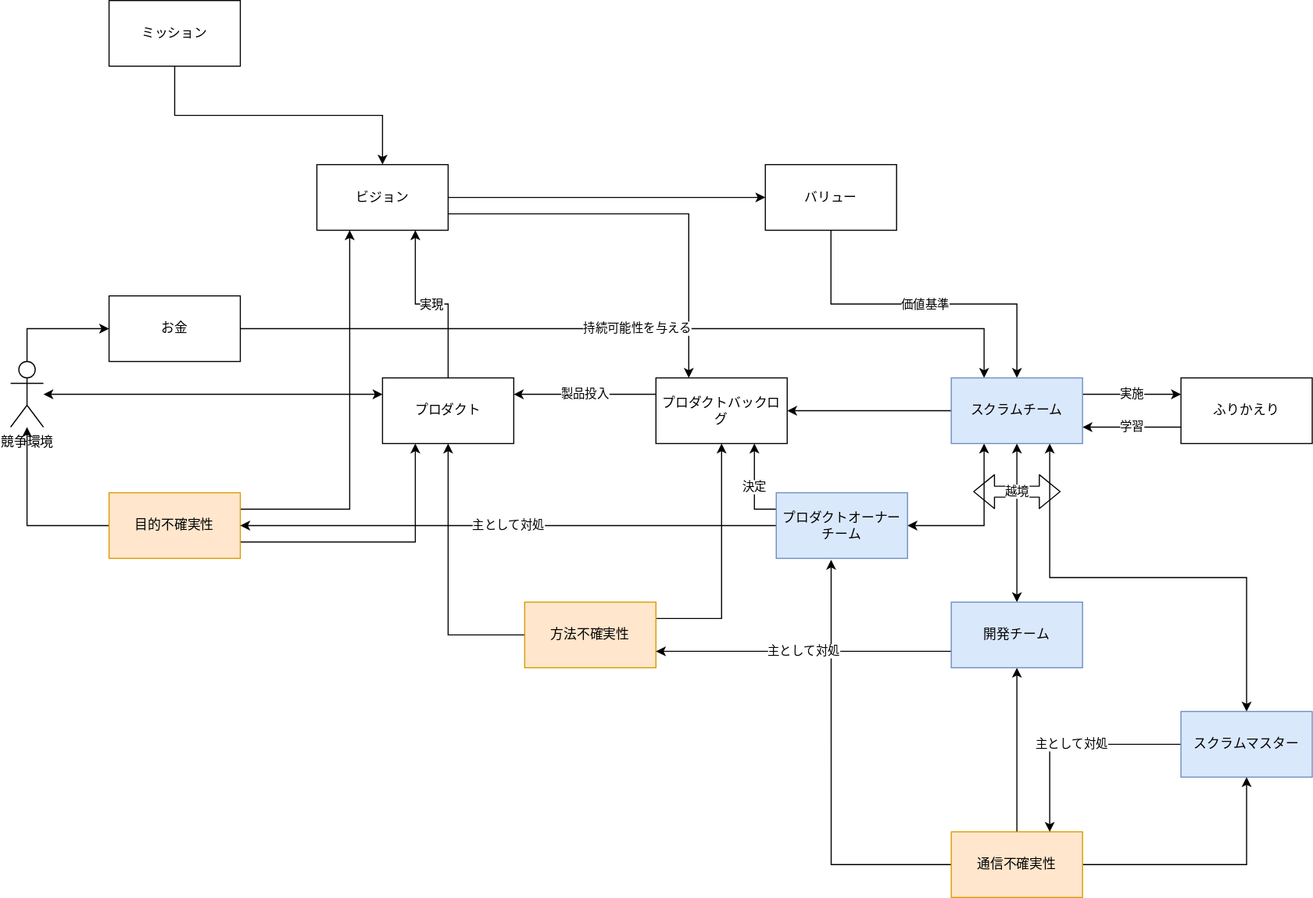
Before: 現代ソフトウェア開発の地図.svg, a diagram exported from draw.io (shimobayashi/drawio-public). Source tidied: cells renumbered, new cells last; positions are measured from the earlier drawing's top-left corner, leaving out a move shared by most shapes.
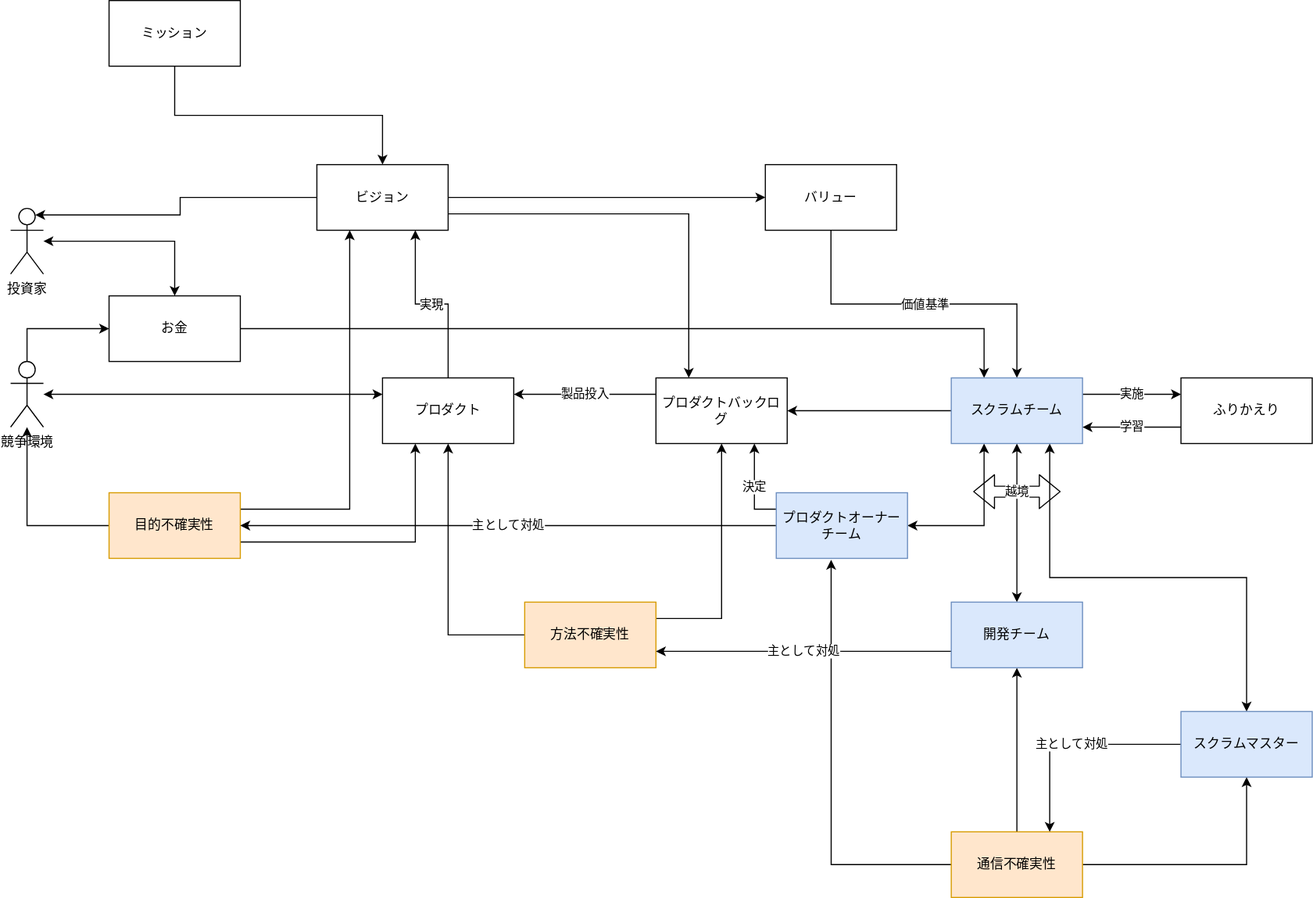
The same diagram one commit later.

Commit message:
Update 現代ソフトウェア開発の地図.svg

What changed in the source:
```diff
@@ -23,6 +23,9 @@
     <mxCell id="8" style="edgeStyle=orthogonalEdgeStyle;rounded=0;jettySize=auto;html=1;exitX=1;exitY=0.75;exitDx=0;exitDy=0;entryX=0.25;entryY=0;entryDx=0;entryDy=0;startArrow=none;startFill=0;" parent="1" edge="1" source="9" target="28">
       <mxGeometry relative="1" as="geometry" />
     </mxCell>
+    <mxCell id="45" style="edgeStyle=orthogonalEdgeStyle;rounded=0;jettySize=auto;html=1;exitX=0;exitY=0.5;exitDx=0;exitDy=0;entryX=0.75;entryY=0.1;entryDx=0;entryDy=0;entryPerimeter=0;startArrow=none;startFill=0;" parent="1" edge="1" source="9" target="47">
+      <mxGeometry relative="1" as="geometry" />
+    </mxCell>
     <mxCell id="9" value="ビジョン" style="rounded=0;whiteSpace=wrap;html=1;" parent="1" vertex="1">
       <mxGeometry x="280" y="150" width="120" height="60" as="geometry" />
     </mxCell>
@@ -38,7 +41,7 @@
     <mxCell id="13" value="プロダクト" style="rounded=0;whiteSpace=wrap;html=1;" parent="1" vertex="1">
       <mxGeometry x="340" y="345" width="120" height="60" as="geometry" />
     </mxCell>
-    <mxCell id="14" value="持続可能性を与える" style="edgeStyle=orthogonalEdgeStyle;rounded=0;jettySize=auto;html=1;exitX=1;exitY=0.5;exitDx=0;exitDy=0;startArrow=none;startFill=0;entryX=0.25;entryY=0;entryDx=0;entryDy=0;" parent="1" edge="1" source="15" target="41">
+    <mxCell id="14" style="edgeStyle=orthogonalEdgeStyle;rounded=0;jettySize=auto;html=1;exitX=1;exitY=0.5;exitDx=0;exitDy=0;entryX=0.25;entryY=0;entryDx=0;entryDy=0;startArrow=none;startFill=0;" parent="1" edge="1" source="15" target="41">
       <mxGeometry relative="1" as="geometry" />
     </mxCell>
     <mxCell id="15" value="お金" style="rounded=0;whiteSpace=wrap;html=1;" parent="1" vertex="1">
@@ -134,5 +137,11 @@
         <mxPoint x="960" y="449" as="targetPoint" />
       </mxGeometry>
     </mxCell>
+    <mxCell id="46" style="edgeStyle=orthogonalEdgeStyle;rounded=0;jettySize=auto;html=1;entryX=0.5;entryY=0;entryDx=0;entryDy=0;startArrow=classic;startFill=1;" parent="1" edge="1" source="47" target="15">
+      <mxGeometry relative="1" as="geometry" />
+    </mxCell>
+    <mxCell id="47" value="投資家" style="shape=umlActor;verticalLabelPosition=bottom;verticalAlign=top;html=1;outlineConnect=0;" parent="1" vertex="1">
+      <mxGeometry y="190" width="30" height="60" as="geometry" />
+    </mxCell>
   </root>
 </mxGraphModel>
```
